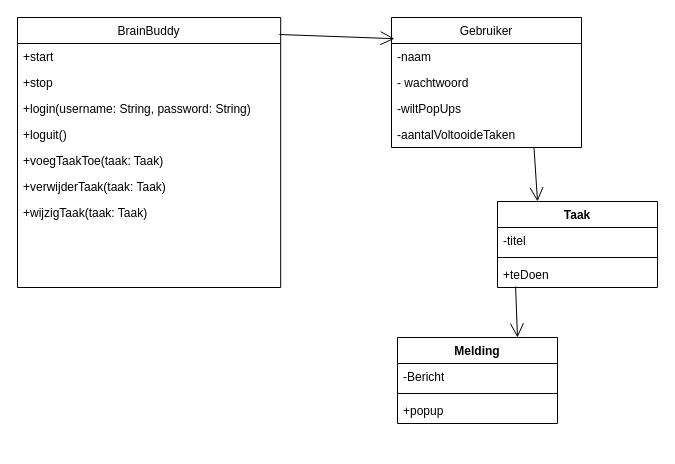
Earlier version of the draw.io diagram OPT3-2023/documentation/Untitled Diagram.drawio (jipiekaye/OPT3-2023). Source tidied: cells renumbered, new cells numbered last; positions are measured from the earlier drawing's top-left corner, leaving out a move shared by most shapes. Both pictures are drawn from the tidied source at 100%, with x=0, y=0 at pixel (17, 17).
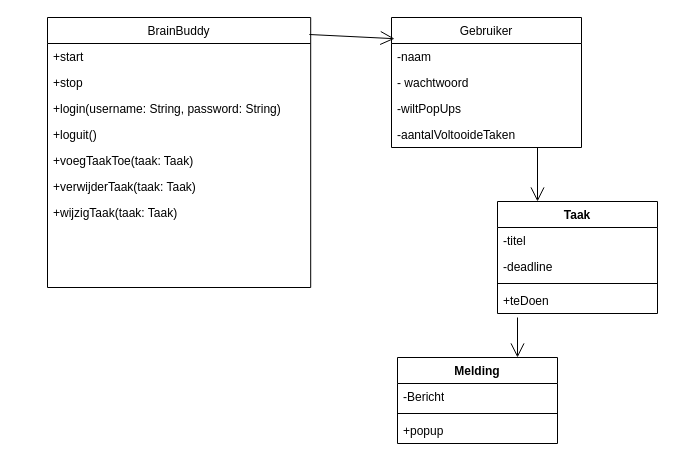
After the change.

Unchanged cells that the change refers to:
```xml
<mxCell id="2" value="Gebruiker" style="swimlane;fontStyle=0;align=center;verticalAlign=top;horizontal=1;startSize=26;rounded=0;shadow=0;strokeWidth=1;" parent="1" vertex="1">
  <mxGeometry x="374" width="190" height="130" as="geometry" />
</mxCell>
```

What changed in the source:
```diff
@@
     <mxCell id="7" value="Taak" style="swimlane;fontStyle=1;align=center;verticalAlign=top;horizontal=1;startSize=26;whiteSpace=wrap;html=1;" parent="1" vertex="1">
-      <mxGeometry x="480" y="184" width="160" height="86" as="geometry" />
+      <mxGeometry x="480" y="184" width="160" height="112" as="geometry" />
     </mxCell>
@@
+    <mxCell id="28" value="-deadline" style="text;strokeColor=none;fillColor=none;align=left;verticalAlign=top;spacingLeft=4;spacingRight=4;overflow=hidden;whiteSpace=wrap;html=1;" parent="7" vertex="1">
+      <mxGeometry y="52" width="160" height="26" as="geometry" />
+    </mxCell>
     <mxCell id="9" style="line;strokeWidth=1;fillColor=none;align=left;verticalAlign=middle;spacingTop=-1;spacingLeft=3;spacingRight=3;labelPosition=right;strokeColor=inherit;" parent="7" vertex="1">
-      <mxGeometry y="52" width="160" height="8" as="geometry" />
+      <mxGeometry y="78" width="160" height="8" as="geometry" />
     </mxCell>
     <mxCell id="10" value="+teDoen" style="text;strokeColor=none;fillColor=none;align=left;verticalAlign=top;spacingLeft=4;spacingRight=4;overflow=hidden;points=[[0,0.5],[1,0.5]];portConstraint=eastwest;whiteSpace=wrap;html=1;" parent="7" vertex="1">
-      <mxGeometry y="60" width="160" height="26" as="geometry" />
+      <mxGeometry y="86" width="160" height="26" as="geometry" />
     </mxCell>
     <mxCell id="11" value="Melding" style="swimlane;fontStyle=1;align=center;verticalAlign=top;horizontal=1;startSize=26;whiteSpace=wrap;html=1;" parent="1" vertex="1">
-      <mxGeometry x="380" y="320" width="160" height="86" as="geometry" />
+      <mxGeometry x="380" y="340" width="160" height="86" as="geometry" />
     </mxCell>
@@
     <mxCell id="15" value="BrainBuddy" style="swimlane;fontStyle=0;align=center;verticalAlign=top;horizontal=1;startSize=26;rounded=0;shadow=0;strokeWidth=1;" parent="1" vertex="1">
-      <mxGeometry width="263.2" height="270" as="geometry" />
+      <mxGeometry x="30" width="263.2" height="270" as="geometry" />
     </mxCell>
@@
-    <mxCell id="25" style="endArrow=open;endFill=1;endSize=12;html=1;rounded=0;exitX=0.113;exitY=0.962;exitDx=0;exitDy=0;entryX=0.75;entryY=0;entryDx=0;entryDy=0;exitPerimeter=0;" parent="1" edge="1" source="10" target="11">
-      <mxGeometry relative="1" as="geometry" />
+    <mxCell id="25" style="endArrow=open;endFill=1;endSize=12;html=1;rounded=0;entryX=0.75;entryY=0;entryDx=0;entryDy=0;" parent="1" edge="1" target="11">
+      <mxGeometry relative="1" as="geometry">
+        <mxPoint x="500" y="300" as="sourcePoint" />
+      </mxGeometry>
     </mxCell>
-    <mxCell id="26" style="endArrow=open;endFill=1;endSize=12;html=1;rounded=0;exitX=0.75;exitY=1;exitDx=0;exitDy=0;entryX=0.25;entryY=0;entryDx=0;entryDy=0;" parent="1" edge="1" source="2" target="7">
-      <mxGeometry relative="1" as="geometry" />
+    <mxCell id="26" style="endArrow=open;endFill=1;endSize=12;html=1;rounded=0;entryX=0.25;entryY=0;entryDx=0;entryDy=0;" parent="1" edge="1" target="7">
+      <mxGeometry relative="1" as="geometry">
+        <mxPoint x="520" y="130" as="sourcePoint" />
+      </mxGeometry>
     </mxCell>
```
